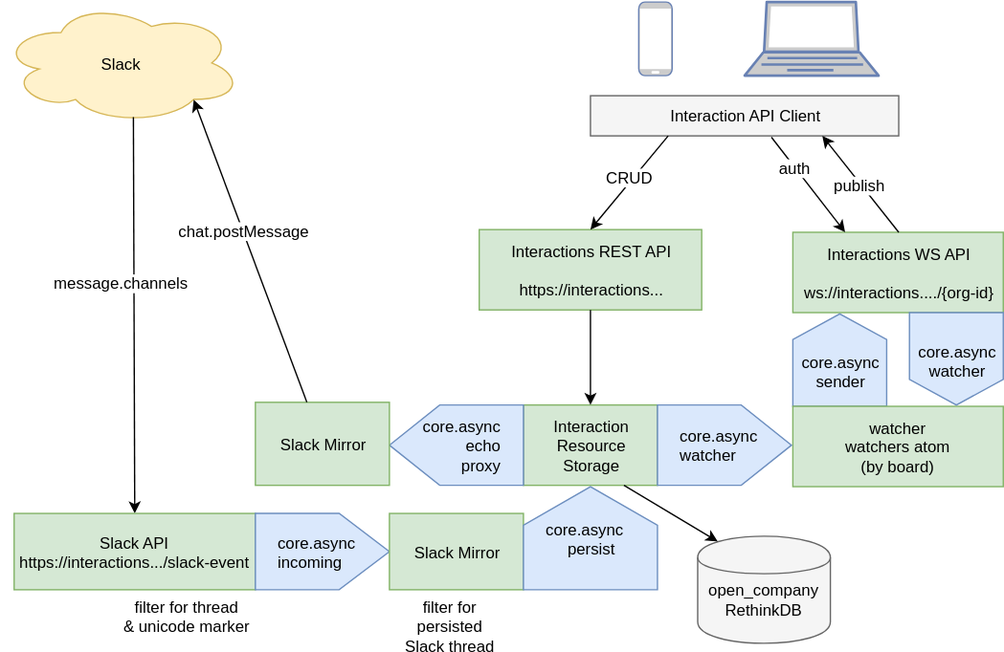
Above: docs/Interaction-Service.svg in open-company/open-company-interaction (draw.io), before the change. Source tidied: cells renumbered, new cells last; positions are measured from the earlier drawing's top-left corner, leaving out a move shared by most shapes.
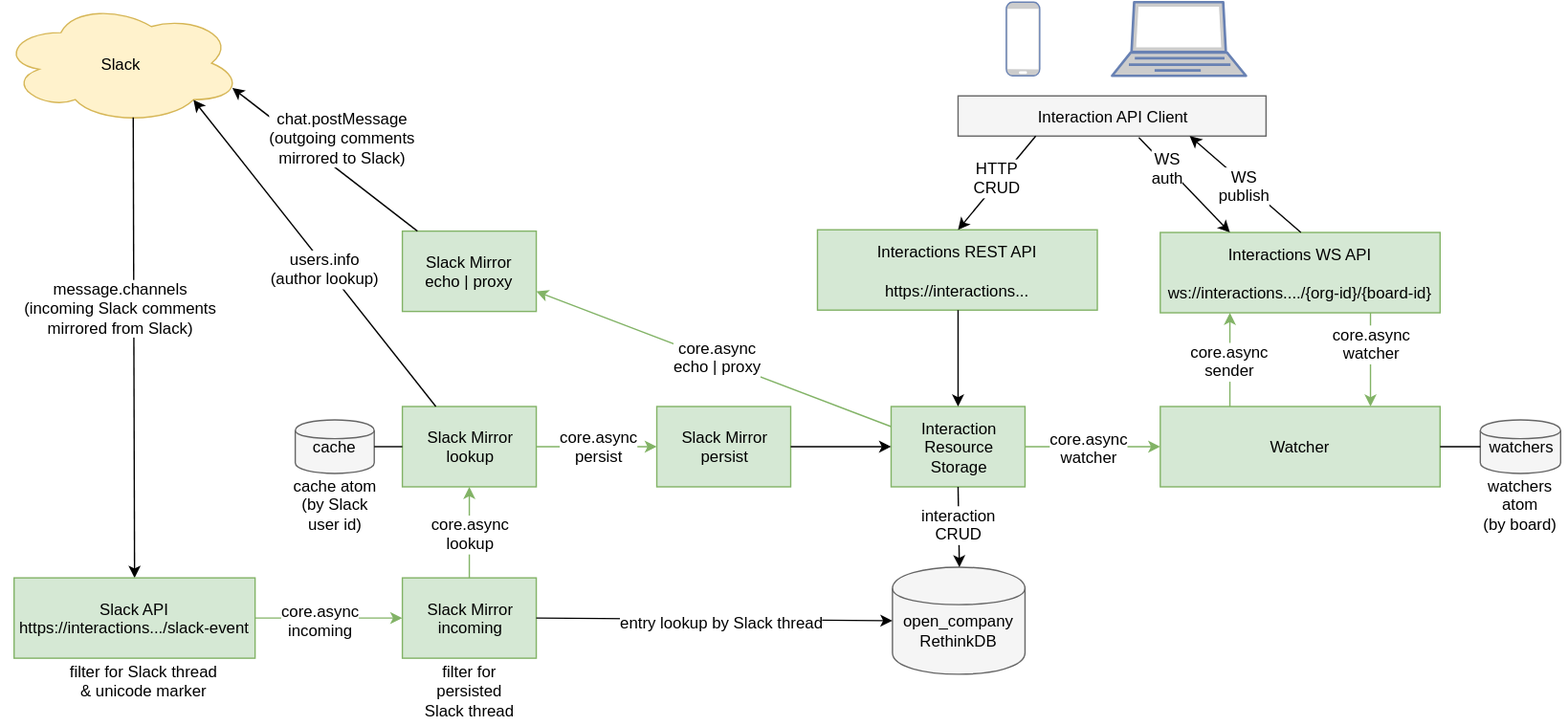
After the commit.

Commit message:
Update service diagram.

Change to the diagram source:
```diff
@@ -3,18 +3,18 @@
     <mxCell id="0" />
     <mxCell id="1" parent="0" />
     <mxCell id="2" value="Interactions REST API&lt;div&gt;&lt;br&gt;&lt;/div&gt;&lt;div&gt;https://interactions...&lt;/div&gt;" style="whiteSpace=wrap;html=1;fontSize=12;fontColor=#000000;fillColor=#d5e8d4;strokeColor=#82b366;" parent="1" vertex="1">
-      <mxGeometry x="357" y="170" width="166" height="60" as="geometry" />
+      <mxGeometry x="335" y="170" width="209" height="60" as="geometry" />
     </mxCell>
-    <mxCell id="3" value="Interactions WS API&lt;div&gt;&lt;br&gt;&lt;/div&gt;&lt;div&gt;ws://interactions..../{org-id}&lt;/div&gt;" style="whiteSpace=wrap;html=1;fontSize=12;fontColor=#000000;fillColor=#d5e8d4;strokeColor=#82b366;" parent="1" vertex="1">
-      <mxGeometry x="591" y="172" width="157" height="60" as="geometry" />
+    <mxCell id="3" value="Interactions WS API&lt;div&gt;&lt;br&gt;&lt;/div&gt;&lt;div&gt;ws://interactions..../{org-id}/{board-id}&lt;/div&gt;" style="whiteSpace=wrap;html=1;fontSize=12;fontColor=#000000;fillColor=#d5e8d4;strokeColor=#82b366;" parent="1" vertex="1">
+      <mxGeometry x="591" y="172" width="209" height="60" as="geometry" />
     </mxCell>
     <mxCell id="4" value="Slack" style="ellipse;shape=cloud;whiteSpace=wrap;html=1;fontSize=12;fontColor=#000000;fillColor=#fff2cc;strokeColor=#d6b656;" parent="1" vertex="1">
-      <mxGeometry width="180" height="91" as="geometry" />
+      <mxGeometry x="-275" width="180" height="91" as="geometry" />
     </mxCell>
     <mxCell id="5" style="endArrow=classic;html=1;strokeColor=#000000;fontSize=12;fontColor=#000000;entryX=0.5;entryY=0;exitX=0.55;exitY=0.95;exitPerimeter=0;" parent="1" edge="1" source="4" target="14">
       <mxGeometry relative="1" as="geometry" />
     </mxCell>
-    <mxCell id="6" value="message.channels" style="text;html=1;align=center;verticalAlign=middle;labelBackgroundColor=#ffffff;fontSize=12;fontColor=#000000;" parent="5" vertex="1">
+    <mxCell id="6" value="message.channels&lt;div&gt;(incoming Slack comments&lt;/div&gt;&lt;div&gt;mirrored from Slack)&lt;/div&gt;" style="text;html=1;align=center;verticalAlign=middle;labelBackgroundColor=#ffffff;fontSize=12;fontColor=#000000;" parent="5" vertex="1">
       <mxGeometry x="-0.23" relative="1" as="geometry">
         <mxPoint x="-10" y="9" as="offset" />
       </mxGeometry>
@@ -31,76 +31,146 @@
     <mxCell id="10" style="endArrow=classic;html=1;strokeColor=#000000;fontSize=12;fontColor=#000000;exitX=0.5;exitY=0;entryX=0.75;entryY=1;" parent="1" edge="1" source="3" target="9">
       <mxGeometry relative="1" as="geometry" />
     </mxCell>
-    <mxCell id="11" value="publish" style="text;html=1;align=center;verticalAlign=middle;labelBackgroundColor=#ffffff;fontSize=12;fontColor=#000000;" parent="10" vertex="1">
+    <mxCell id="11" value="WS&lt;div&gt;publish&lt;/div&gt;" style="text;html=1;align=center;verticalAlign=middle;labelBackgroundColor=#ffffff;fontSize=12;fontColor=#000000;" parent="10" vertex="1">
       <mxGeometry x="-0.01" y="1" relative="1" as="geometry" />
     </mxCell>
     <mxCell id="12" style="endArrow=classic;html=1;strokeColor=#000000;fontSize=12;fontColor=#000000;exitX=0.25;exitY=1;entryX=0.5;entryY=0;" parent="1" edge="1" source="9" target="2">
       <mxGeometry relative="1" as="geometry" />
     </mxCell>
-    <mxCell id="13" value="CRUD" style="text;html=1;align=center;verticalAlign=middle;labelBackgroundColor=#ffffff;fontSize=12;fontColor=#000000;" parent="12" vertex="1">
+    <mxCell id="13" value="HTTP&lt;div&gt;CRUD&lt;/div&gt;" style="text;html=1;align=center;verticalAlign=middle;labelBackgroundColor=#ffffff;fontSize=12;fontColor=#000000;" parent="12" vertex="1">
       <mxGeometry x="-0.08" y="-3" relative="1" as="geometry" />
     </mxCell>
     <mxCell id="14" value="Slack API&lt;div&gt;https://interactions.../slack-event&lt;/div&gt;" style="whiteSpace=wrap;html=1;fontSize=12;fontColor=#000000;fillColor=#d5e8d4;strokeColor=#82b366;" parent="1" vertex="1">
-      <mxGeometry x="10" y="382" width="180" height="57" as="geometry" />
+      <mxGeometry x="-265" y="430" width="180" height="60" as="geometry" />
     </mxCell>
-    <mxCell id="15" value="&lt;div style=&quot;text-align: left&quot;&gt;&lt;span&gt;core.async &amp;nbsp;&amp;nbsp;&lt;/span&gt;&lt;/div&gt;&lt;div style=&quot;text-align: left&quot;&gt;incoming&lt;/div&gt;" style="shape=offPageConnector;whiteSpace=wrap;html=1;fontSize=12;fontColor=#000000;direction=north;fillColor=#dae8fc;strokeColor=#6c8ebf;" parent="1" vertex="1">
-      <mxGeometry x="190" y="382" width="100" height="57" as="geometry" />
-    </mxCell>
-    <mxCell id="16" value="&lt;div style=&quot;text-align: center&quot;&gt;&lt;span&gt;filter for thread&lt;/span&gt;&lt;/div&gt;&lt;div style=&quot;text-align: center&quot;&gt;&amp;amp; unicode marker&lt;/div&gt;" style="text;html=1;fontSize=12;fontColor=#000000;" parent="1" vertex="1">
-      <mxGeometry x="90" y="439" width="100" height="30" as="geometry" />
+    <mxCell id="16" value="&lt;div style=&quot;text-align: center&quot;&gt;&lt;span&gt;filter for Slack thread&lt;/span&gt;&lt;/div&gt;&lt;div style=&quot;text-align: center&quot;&gt;&amp;amp; unicode marker&lt;/div&gt;" style="text;html=1;fontSize=12;fontColor=#000000;" parent="1" vertex="1">
+      <mxGeometry x="-225" y="487" width="100" height="30" as="geometry" />
     </mxCell>
     <mxCell id="17" value="Interaction&lt;div&gt;Resource&lt;br&gt;&lt;div&gt;Storage&lt;/div&gt;&lt;/div&gt;" style="whiteSpace=wrap;html=1;fontSize=12;fontColor=#000000;fillColor=#d5e8d4;strokeColor=#82b366;" parent="1" vertex="1">
-      <mxGeometry x="390" y="301" width="100" height="60" as="geometry" />
+      <mxGeometry x="390" y="302" width="100" height="60" as="geometry" />
     </mxCell>
     <mxCell id="18" style="endArrow=classic;html=1;strokeColor=#000000;fontSize=12;fontColor=#000000;exitX=0.5;exitY=1;entryX=0.5;entryY=0;" parent="1" edge="1" source="2" target="17">
       <mxGeometry relative="1" as="geometry" />
     </mxCell>
-    <mxCell id="19" value="&lt;div style=&quot;text-align: right&quot;&gt;&lt;span&gt;&amp;nbsp; core.async&lt;/span&gt;&lt;/div&gt;&lt;div style=&quot;text-align: right&quot;&gt;echo&lt;/div&gt;&lt;div style=&quot;text-align: right&quot;&gt;proxy&lt;/div&gt;" style="shape=offPageConnector;whiteSpace=wrap;html=1;fontSize=12;fontColor=#000000;direction=south;fillColor=#dae8fc;strokeColor=#6c8ebf;" parent="1" vertex="1">
-      <mxGeometry x="290" y="301" width="100" height="60" as="geometry" />
-    </mxCell>
-    <mxCell id="20" value="Slack Mirror" style="whiteSpace=wrap;html=1;fontSize=12;fontColor=#000000;fillColor=#d5e8d4;strokeColor=#82b366;" parent="1" vertex="1">
-      <mxGeometry x="190" y="299" width="100" height="62" as="geometry" />
+    <mxCell id="20" value="Slack Mirror&lt;div&gt;echo | proxy&lt;/div&gt;" style="whiteSpace=wrap;html=1;fontSize=12;fontColor=#000000;fillColor=#d5e8d4;strokeColor=#82b366;" parent="1" vertex="1">
+      <mxGeometry x="25" y="171" width="100" height="60" as="geometry" />
     </mxCell>
-    <mxCell id="21" style="endArrow=classic;html=1;strokeColor=#000000;fontSize=12;fontColor=#000000;entryX=0.8;entryY=0.8;entryPerimeter=0;" parent="1" edge="1" source="20" target="4">
+    <mxCell id="21" style="endArrow=classic;html=1;strokeColor=#000000;fontSize=12;fontColor=#000000;entryX=0.96;entryY=0.7;entryPerimeter=0;" parent="1" edge="1" source="20" target="4">
       <mxGeometry relative="1" as="geometry" />
     </mxCell>
-    <mxCell id="22" value="chat.postMessage" style="text;html=1;align=center;verticalAlign=middle;labelBackgroundColor=#ffffff;fontSize=12;fontColor=#000000;" parent="21" vertex="1">
+    <mxCell id="22" value="chat.postMessage&lt;div&gt;(outgoing comments&lt;/div&gt;&lt;div&gt;mirrored to Slack)&lt;/div&gt;" style="text;html=1;align=center;verticalAlign=middle;labelBackgroundColor=#ffffff;fontSize=12;fontColor=#000000;" parent="21" vertex="1">
       <mxGeometry x="0.42" y="-1" relative="1" as="geometry">
-        <mxPoint x="11" y="32" as="offset" />
+        <mxPoint x="41" y="6" as="offset" />
       </mxGeometry>
     </mxCell>
-    <mxCell id="23" value="&lt;div&gt;&lt;br&gt;&lt;/div&gt;&lt;div&gt;&lt;br&gt;&lt;/div&gt;core.async&lt;div&gt;sender&lt;/div&gt;&lt;div&gt;&lt;br&gt;&lt;/div&gt;" style="shape=offPageConnector;whiteSpace=wrap;html=1;fontSize=12;fontColor=#000000;direction=west;size=0.27656250000000093;fillColor=#dae8fc;strokeColor=#6c8ebf;" parent="1" vertex="1">
-      <mxGeometry x="591" y="233" width="70" height="69" as="geometry" />
-    </mxCell>
-    <mxCell id="24" value="watcher&lt;div&gt;watchers atom&lt;/div&gt;&lt;div&gt;(by board)&lt;/div&gt;" style="whiteSpace=wrap;html=1;fontSize=12;fontColor=#000000;fillColor=#d5e8d4;strokeColor=#82b366;" parent="1" vertex="1">
-      <mxGeometry x="591" y="302" width="157" height="60" as="geometry" />
+    <mxCell id="24" value="&lt;div&gt;Watcher&lt;/div&gt;" style="whiteSpace=wrap;html=1;fontSize=12;fontColor=#000000;fillColor=#d5e8d4;strokeColor=#82b366;" parent="1" vertex="1">
+      <mxGeometry x="591" y="302" width="209" height="60" as="geometry" />
     </mxCell>
-    <mxCell id="25" value="Slack Mirror" style="whiteSpace=wrap;html=1;fontSize=12;fontColor=#000000;fillColor=#d5e8d4;strokeColor=#82b366;" parent="1" vertex="1">
-      <mxGeometry x="290" y="382" width="100" height="57" as="geometry" />
+    <mxCell id="25" value="Slack Mirror&lt;div&gt;incoming&lt;/div&gt;" style="whiteSpace=wrap;html=1;fontSize=12;fontColor=#000000;fillColor=#d5e8d4;strokeColor=#82b366;" parent="1" vertex="1">
+      <mxGeometry x="25" y="430" width="100" height="60" as="geometry" />
     </mxCell>
-    <mxCell id="26" value="&lt;div style=&quot;text-align: center&quot;&gt;&lt;span&gt;core.async &amp;nbsp;&amp;nbsp;&lt;/span&gt;&lt;/div&gt;&lt;div style=&quot;text-align: center&quot;&gt;persist&lt;/div&gt;" style="shape=offPageConnector;whiteSpace=wrap;html=1;fontSize=12;fontColor=#000000;direction=west;fillColor=#dae8fc;strokeColor=#6c8ebf;" parent="1" vertex="1">
-      <mxGeometry x="390" y="362" width="100" height="77" as="geometry" />
-    </mxCell>
     <mxCell id="27" value="&lt;div style=&quot;text-align: center&quot;&gt;&lt;span&gt;filter for&lt;/span&gt;&lt;/div&gt;&lt;div style=&quot;text-align: center&quot;&gt;&lt;span&gt;persisted&lt;/span&gt;&lt;/div&gt;&lt;div style=&quot;text-align: center&quot;&gt;&lt;span&gt;Slack thread&lt;/span&gt;&lt;/div&gt;" style="text;html=1;fontSize=12;fontColor=#000000;" parent="1" vertex="1">
-      <mxGeometry x="300" y="439" width="100" height="30" as="geometry" />
+      <mxGeometry x="40" y="487" width="70" height="53" as="geometry" />
     </mxCell>
-    <mxCell id="28" value="&lt;div style=&quot;text-align: left&quot;&gt;&lt;span&gt;core.async &amp;nbsp;&amp;nbsp;&lt;/span&gt;&lt;/div&gt;&lt;div style=&quot;text-align: left&quot;&gt;watcher&lt;/div&gt;" style="shape=offPageConnector;whiteSpace=wrap;html=1;fontSize=12;fontColor=#000000;direction=north;fillColor=#dae8fc;strokeColor=#6c8ebf;" parent="1" vertex="1">
-      <mxGeometry x="490" y="301" width="100" height="60" as="geometry" />
-    </mxCell>
-    <mxCell id="29" value="&lt;div&gt;&lt;br&gt;&lt;/div&gt;&lt;div&gt;&lt;br&gt;&lt;/div&gt;core.async&lt;div&gt;watcher&lt;/div&gt;&lt;div&gt;&lt;br&gt;&lt;/div&gt;&lt;div&gt;&lt;br&gt;&lt;/div&gt;" style="shape=offPageConnector;whiteSpace=wrap;html=1;fontSize=12;fontColor=#000000;direction=east;size=0.27656250000000093;fillColor=#dae8fc;strokeColor=#6c8ebf;" parent="1" vertex="1">
-      <mxGeometry x="678" y="232" width="70" height="69" as="geometry" />
-    </mxCell>
     <mxCell id="30" style="endArrow=classic;html=1;strokeColor=#000000;fontSize=12;fontColor=#000000;entryX=0.25;entryY=0;exitX=0.587;exitY=1.033;exitPerimeter=0;" parent="1" edge="1" source="9" target="3">
       <mxGeometry relative="1" as="geometry" />
     </mxCell>
-    <mxCell id="31" value="auth" style="text;html=1;align=center;verticalAlign=middle;labelBackgroundColor=#ffffff;fontSize=12;fontColor=#000000;" parent="30" vertex="1">
+    <mxCell id="31" value="WS&lt;div&gt;auth&lt;/div&gt;" style="text;html=1;align=center;verticalAlign=middle;labelBackgroundColor=#ffffff;fontSize=12;fontColor=#000000;" parent="30" vertex="1">
       <mxGeometry x="-0.37" relative="1" as="geometry" />
     </mxCell>
     <mxCell id="32" value="&lt;div&gt;&lt;br&gt;&lt;/div&gt;open_company&lt;div&gt;RethinkDB&lt;/div&gt;" style="shape=cylinder;whiteSpace=wrap;html=1;fontSize=12;fontColor=#000000;fillColor=#f5f5f5;strokeColor=#666666;" parent="1" vertex="1">
-      <mxGeometry x="520" y="399" width="99" height="80" as="geometry" />
+      <mxGeometry x="391" y="422" width="99" height="80" as="geometry" />
     </mxCell>
-    <mxCell id="33" style="endArrow=classic;html=1;strokeColor=#000000;fontSize=12;fontColor=#000000;entryX=0.15;entryY=0.05;exitX=0.75;exitY=1;entryPerimeter=0;" parent="1" edge="1" source="17" target="32">
+    <mxCell id="33" style="endArrow=classic;html=1;strokeColor=#000000;fontSize=12;fontColor=#000000;entryX=0.5;entryY=0;exitX=0.5;exitY=1;" parent="1" edge="1" source="17" target="32">
       <mxGeometry relative="1" as="geometry" />
     </mxCell>
+    <mxCell id="34" value="interaction&lt;div&gt;CRUD&lt;/div&gt;" style="text;html=1;align=center;verticalAlign=middle;labelBackgroundColor=#ffffff;fontSize=12;fontColor=#000000;" parent="33" vertex="1">
+      <mxGeometry x="-0.08" relative="1" as="geometry" />
+    </mxCell>
+    <mxCell id="35" style="endArrow=classic;html=1;strokeColor=#82b366;fontSize=12;fontColor=#000000;entryX=0;entryY=0.5;fillColor=#d5e8d4;" parent="1" edge="1" source="14" target="25">
+      <mxGeometry relative="1" as="geometry" />
+    </mxCell>
+    <mxCell id="15" value="core.async&lt;div&gt;incoming&lt;/div&gt;" style="text;html=1;align=center;verticalAlign=middle;labelBackgroundColor=#ffffff;fontSize=12;fontColor=#000000;" parent="35" vertex="1">
+      <mxGeometry x="-0.12" y="-1" relative="1" as="geometry" />
+    </mxCell>
+    <mxCell id="36" style="endArrow=classic;html=1;strokeColor=#82b366;fontSize=12;fontColor=#000000;entryX=1;entryY=0.75;exitX=0;exitY=0.25;fillColor=#d5e8d4;" parent="1" edge="1" source="17" target="20">
+      <mxGeometry relative="1" as="geometry" />
+    </mxCell>
+    <mxCell id="37" value="core.async&lt;div&gt;echo | proxy&lt;/div&gt;" style="text;html=1;align=center;verticalAlign=middle;labelBackgroundColor=#ffffff;fontSize=12;fontColor=#000000;" parent="36" vertex="1">
+      <mxGeometry x="-0.28" y="3" relative="1" as="geometry">
+        <mxPoint x="-34" y="-19" as="offset" />
+      </mxGeometry>
+    </mxCell>
+    <mxCell id="38" style="endArrow=classic;html=1;strokeColor=#82b366;fontSize=12;fontColor=#000000;entryX=0;entryY=0.5;fillColor=#d5e8d4;" parent="1" edge="1" source="17" target="24">
+      <mxGeometry relative="1" as="geometry" />
+    </mxCell>
+    <mxCell id="39" value="core.async&lt;div&gt;watcher&lt;/div&gt;" style="text;html=1;align=center;verticalAlign=middle;labelBackgroundColor=#ffffff;fontSize=12;fontColor=#000000;" parent="38" vertex="1">
+      <mxGeometry x="-0.07" relative="1" as="geometry" />
+    </mxCell>
+    <mxCell id="40" style="endArrow=classic;html=1;strokeColor=#82b366;fontSize=12;fontColor=#000000;entryX=0.25;entryY=1;exitX=0.25;exitY=0;fillColor=#d5e8d4;" parent="1" edge="1" source="24" target="3">
+      <mxGeometry relative="1" as="geometry" />
+    </mxCell>
+    <mxCell id="23" value="core.async&lt;div&gt;sender&lt;/div&gt;" style="text;html=1;align=center;verticalAlign=middle;labelBackgroundColor=#ffffff;fontSize=12;fontColor=#000000;" parent="40" vertex="1">
+      <mxGeometry y="1" relative="1" as="geometry" />
+    </mxCell>
+    <mxCell id="41" style="endArrow=classic;html=1;strokeColor=#82b366;fontSize=12;fontColor=#000000;entryX=0.75;entryY=0;exitX=0.75;exitY=1;fillColor=#d5e8d4;" parent="1" edge="1" source="3" target="24">
+      <mxGeometry relative="1" as="geometry" />
+    </mxCell>
+    <mxCell id="42" value="core.async&lt;div&gt;watcher&lt;/div&gt;" style="text;html=1;align=center;verticalAlign=middle;labelBackgroundColor=#ffffff;fontSize=12;fontColor=#000000;" parent="41" vertex="1">
+      <mxGeometry x="-0.37" relative="1" as="geometry" />
+    </mxCell>
+    <mxCell id="43" value="Slack Mirror&lt;div&gt;lookup&lt;/div&gt;" style="whiteSpace=wrap;html=1;fontSize=12;fontColor=#000000;fillColor=#d5e8d4;strokeColor=#82b366;" parent="1" vertex="1">
+      <mxGeometry x="25" y="302" width="100" height="60" as="geometry" />
+    </mxCell>
+    <mxCell id="44" value="&lt;div&gt;cache&lt;/div&gt;" style="shape=cylinder;whiteSpace=wrap;html=1;fontSize=12;fontColor=#000000;fillColor=#f5f5f5;strokeColor=#666666;" parent="1" vertex="1">
+      <mxGeometry x="-55" y="312" width="59" height="40" as="geometry" />
+    </mxCell>
+    <mxCell id="45" style="endArrow=classic;html=1;strokeColor=#000000;fontSize=12;fontColor=#000000;exitX=0.25;exitY=0;entryX=0.8;entryY=0.8;entryPerimeter=0;startArrow=none;startFill=0;" parent="1" edge="1" source="43" target="4">
+      <mxGeometry relative="1" as="geometry" />
+    </mxCell>
+    <mxCell id="46" value="users.info&lt;div&gt;(author lookup)&lt;/div&gt;" style="text;html=1;align=center;verticalAlign=middle;labelBackgroundColor=#ffffff;fontSize=12;fontColor=#000000;" parent="45" vertex="1">
+      <mxGeometry x="-0.1" relative="1" as="geometry">
+        <mxPoint x="-1" as="offset" />
+      </mxGeometry>
+    </mxCell>
+    <mxCell id="47" style="endArrow=none;html=1;strokeColor=#000000;fontSize=12;fontColor=#000000;entryX=0;entryY=0.5;exitX=1;exitY=0.5;" parent="1" edge="1" source="44" target="43">
+      <mxGeometry relative="1" as="geometry" />
+    </mxCell>
+    <mxCell id="48" style="endArrow=classic;html=1;strokeColor=#82b366;fontSize=12;fontColor=#000000;entryX=0.5;entryY=1;exitX=0.5;exitY=0;fillColor=#d5e8d4;" parent="1" edge="1" source="25" target="43">
+      <mxGeometry relative="1" as="geometry" />
+    </mxCell>
+    <mxCell id="49" value="core.async&lt;div&gt;lookup&lt;/div&gt;" style="text;html=1;align=center;verticalAlign=middle;labelBackgroundColor=#ffffff;fontSize=12;fontColor=#000000;" parent="48" vertex="1">
+      <mxGeometry relative="1" as="geometry" />
+    </mxCell>
+    <mxCell id="50" value="&lt;div&gt;watchers&lt;/div&gt;" style="shape=cylinder;whiteSpace=wrap;html=1;fontSize=12;fontColor=#000000;fillColor=#f5f5f5;strokeColor=#666666;" parent="1" vertex="1">
+      <mxGeometry x="830" y="312" width="60" height="40" as="geometry" />
+    </mxCell>
+    <mxCell id="51" style="endArrow=none;html=1;strokeColor=#000000;fontSize=12;fontColor=#000000;entryX=0;entryY=0.5;exitX=1;exitY=0.5;" parent="1" edge="1" source="24" target="50">
+      <mxGeometry relative="1" as="geometry" />
+    </mxCell>
+    <mxCell id="52" value="&lt;div&gt;watchers atom&lt;/div&gt;&lt;div&gt;(by board)&lt;/div&gt;" style="text;html=1;strokeColor=none;fillColor=none;align=center;verticalAlign=middle;whiteSpace=wrap;fontSize=12;fontColor=#000000;" parent="1" vertex="1">
+      <mxGeometry x="825" y="365" width="70" height="20" as="geometry" />
+    </mxCell>
+    <mxCell id="53" value="&lt;div&gt;cache atom&lt;/div&gt;&lt;div&gt;(by Slack user id)&lt;/div&gt;" style="text;html=1;strokeColor=none;fillColor=none;align=center;verticalAlign=middle;whiteSpace=wrap;fontSize=12;fontColor=#000000;" parent="1" vertex="1">
+      <mxGeometry x="-60" y="365" width="70" height="20" as="geometry" />
+    </mxCell>
+    <mxCell id="54" value="Slack Mirror&lt;div&gt;persist&lt;/div&gt;" style="whiteSpace=wrap;html=1;fontSize=12;fontColor=#000000;fillColor=#d5e8d4;strokeColor=#82b366;" parent="1" vertex="1">
+      <mxGeometry x="215" y="302" width="100" height="60" as="geometry" />
+    </mxCell>
+    <mxCell id="55" style="endArrow=classic;html=1;strokeColor=#82b366;fontSize=12;fontColor=#000000;entryX=0;entryY=0.5;fillColor=#d5e8d4;" parent="1" edge="1" source="43" target="54">
+      <mxGeometry relative="1" as="geometry" />
+    </mxCell>
+    <mxCell id="26" value="core.async&lt;div&gt;persist&lt;/div&gt;" style="text;html=1;align=center;verticalAlign=middle;labelBackgroundColor=#ffffff;fontSize=12;fontColor=#000000;" parent="55" vertex="1">
+      <mxGeometry x="0.02" y="1" relative="1" as="geometry" />
+    </mxCell>
+    <mxCell id="56" style="endArrow=classic;html=1;strokeColor=#000000;fontSize=12;fontColor=#000000;entryX=0;entryY=0.5;exitX=1;exitY=0.5;" parent="1" edge="1" source="25" target="32">
+      <mxGeometry relative="1" as="geometry" />
+    </mxCell>
+    <mxCell id="57" value="entry lookup by Slack thread" style="text;html=1;align=center;verticalAlign=middle;labelBackgroundColor=#ffffff;fontSize=12;fontColor=#000000;" parent="56" vertex="1">
+      <mxGeometry x="0.04" y="-1" relative="1" as="geometry" />
+    </mxCell>
+    <mxCell id="58" style="endArrow=classic;html=1;strokeColor=#000000;fontSize=12;fontColor=#000000;entryX=0;entryY=0.5;exitX=1;exitY=0.5;" parent="1" edge="1" source="54" target="17">
+      <mxGeometry relative="1" as="geometry" />
+    </mxCell>
   </root>
 </mxGraphModel>
```
